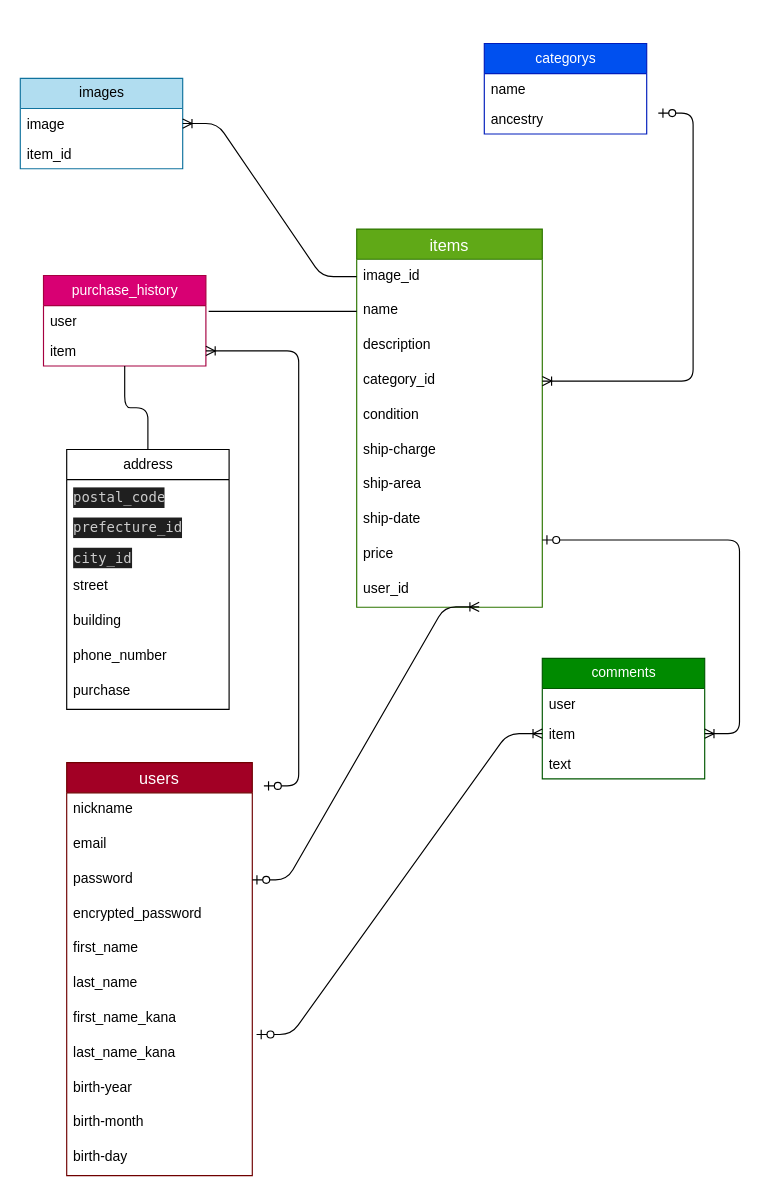
yosyua0016/furima-40345 keeps this draw.io diagram as test.dio. Above is the earlier version. Source tidied: cells renumbered, new cells numbered last; positions are measured from the earlier drawing's top-left corner, leaving out a move shared by most shapes. Both pictures are drawn from the tidied source at 116%, with x=0, y=0 at pixel (20, 43).
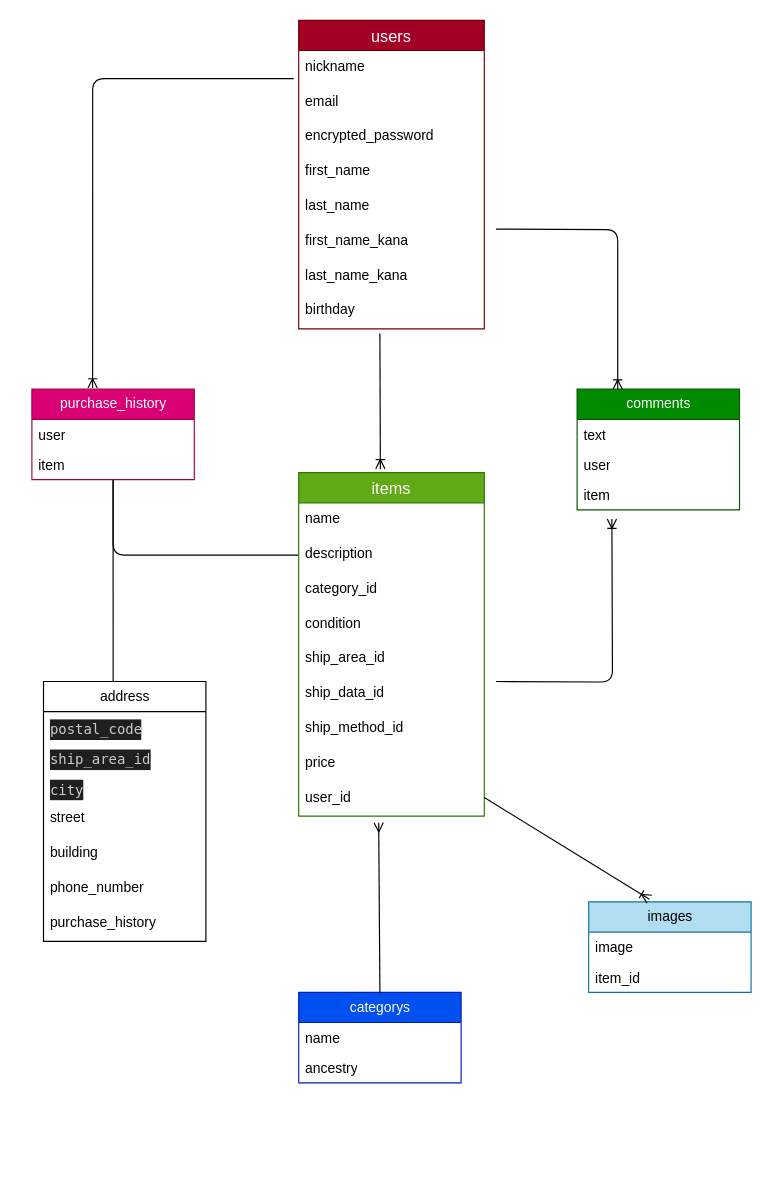
Above is the later version.

The change refers to these unchanged cells:
```xml
<mxCell id="3" value="image" style="text;strokeColor=none;fillColor=none;align=left;verticalAlign=top;spacingLeft=4;spacingRight=4;overflow=hidden;points=[[0,0.5],[1,0.5]];portConstraint=eastwest;whiteSpace=wrap;html=1;" parent="2" vertex="1">
  <mxGeometry y="26" width="140" height="26" as="geometry" />
</mxCell>
<mxCell id="14" value="user" style="text;strokeColor=none;fillColor=none;align=left;verticalAlign=top;spacingLeft=4;spacingRight=4;overflow=hidden;points=[[0,0.5],[1,0.5]];portConstraint=eastwest;whiteSpace=wrap;html=1;" parent="13" vertex="1">
  <mxGeometry y="26" width="140" height="26" as="geometry" />
</mxCell>
<mxCell id="15" value="item" style="text;strokeColor=none;fillColor=none;align=left;verticalAlign=top;spacingLeft=4;spacingRight=4;overflow=hidden;points=[[0,0.5],[1,0.5]];portConstraint=eastwest;whiteSpace=wrap;html=1;" parent="13" vertex="1">
  <mxGeometry y="52" width="140" height="26" as="geometry" />
</mxCell>
<mxCell id="29" value="email" style="text;strokeColor=none;fillColor=none;spacingLeft=4;spacingRight=4;overflow=hidden;points=[[0,0.5],[1,0.5]];portConstraint=eastwest;fontSize=12;" parent="27" vertex="1">
  <mxGeometry y="56" width="160" height="30" as="geometry" />
</mxCell>
```

Diff of the diagram source:
```diff
@@
     <mxCell id="2" value="images" style="swimlane;fontStyle=0;horizontal=1;startSize=26;fillColor=#b1ddf0;html=1;strokeColor=#10739e;" parent="1" vertex="1">
-      <mxGeometry y="30" width="140" height="78" as="geometry" />
+      <mxGeometry x="490" y="740" width="140" height="78" as="geometry" />
     </mxCell>
@@
     <mxCell id="5" value="categorys" style="swimlane;fontStyle=0;horizontal=1;startSize=26;fillColor=#0050ef;html=1;fontColor=#ffffff;strokeColor=#001DBC;" parent="1" vertex="1">
-      <mxGeometry x="400" width="140" height="78" as="geometry" />
+      <mxGeometry x="240" y="818" width="140" height="78" as="geometry" />
     </mxCell>
@@
     <mxCell id="9" value="comments" style="swimlane;fontStyle=0;horizontal=1;startSize=26;fillColor=#008a00;html=1;fontColor=#ffffff;strokeColor=#005700;" parent="1" vertex="1">
-      <mxGeometry x="450" y="530" width="140" height="104" as="geometry" />
+      <mxGeometry x="480" y="298" width="140" height="104" as="geometry" />
     </mxCell>
-    <mxCell id="10" value="user" style="text;strokeColor=none;fillColor=none;align=left;verticalAlign=top;spacingLeft=4;spacingRight=4;overflow=hidden;whiteSpace=wrap;html=1;" parent="9" vertex="1">
+    <mxCell id="10" value="text" style="text;strokeColor=none;fillColor=none;align=left;verticalAlign=top;spacingLeft=4;spacingRight=4;overflow=hidden;whiteSpace=wrap;html=1;" parent="9" vertex="1">
       <mxGeometry y="26" width="140" height="26" as="geometry" />
     </mxCell>
-    <mxCell id="11" value="item" style="text;strokeColor=none;fillColor=none;align=left;verticalAlign=top;spacingLeft=4;spacingRight=4;overflow=hidden;points=[[0,0.5],[1,0.5]];portConstraint=eastwest;whiteSpace=wrap;html=1;" parent="9" vertex="1">
+    <mxCell id="11" value="user" style="text;strokeColor=none;fillColor=none;align=left;verticalAlign=top;spacingLeft=4;spacingRight=4;overflow=hidden;points=[[0,0.5],[1,0.5]];portConstraint=eastwest;whiteSpace=wrap;html=1;" parent="9" vertex="1">
       <mxGeometry y="52" width="140" height="26" as="geometry" />
     </mxCell>
-    <mxCell id="12" value="text" style="text;strokeColor=none;fillColor=none;align=left;verticalAlign=top;spacingLeft=4;spacingRight=4;overflow=hidden;whiteSpace=wrap;html=1;" parent="9" vertex="1">
+    <mxCell id="12" value="item" style="text;strokeColor=none;fillColor=none;align=left;verticalAlign=top;spacingLeft=4;spacingRight=4;overflow=hidden;whiteSpace=wrap;html=1;" parent="9" vertex="1">
       <mxGeometry y="78" width="140" height="26" as="geometry" />
     </mxCell>
+    <mxCell id="55" style="edgeStyle=orthogonalEdgeStyle;html=1;entryX=0.429;entryY=0;entryDx=0;entryDy=0;entryPerimeter=0;endArrow=none;endFill=0;" parent="1" edge="1" source="13" target="46">
+      <mxGeometry relative="1" as="geometry" />
+    </mxCell>
+    <mxCell id="56" style="edgeStyle=orthogonalEdgeStyle;html=1;entryX=0;entryY=0.5;entryDx=0;entryDy=0;endArrow=none;endFill=0;" parent="1" edge="1" source="13" target="19">
+      <mxGeometry relative="1" as="geometry" />
+    </mxCell>
     <mxCell id="13" value="purchase_history" style="swimlane;fontStyle=0;horizontal=1;startSize=26;fillColor=#d80073;html=1;fontColor=#ffffff;strokeColor=#A50040;" parent="1" vertex="1">
-      <mxGeometry x="20" y="200" width="140" height="78" as="geometry" />
+      <mxGeometry x="10" y="298" width="140" height="78" as="geometry" />
     </mxCell>
@@
     <mxCell id="16" value="items" style="swimlane;fontStyle=0;horizontal=1;startSize=26;align=center;fontSize=14;fillColor=#60a917;fontColor=#ffffff;strokeColor=#2D7600;" parent="1" vertex="1">
-      <mxGeometry x="290" y="160" width="160" height="326" as="geometry" />
+      <mxGeometry x="240" y="370" width="160" height="296" as="geometry" />
     </mxCell>
-    <mxCell id="17" value="image_id" style="text;strokeColor=none;fillColor=none;spacingLeft=4;spacingRight=4;overflow=hidden;points=[[0,0.5],[1,0.5]];portConstraint=eastwest;fontSize=12;" parent="16" vertex="1">
-      <mxGeometry y="26" width="160" height="30" as="geometry" />
-    </mxCell>
     <mxCell id="18" value="name" style="text;strokeColor=none;fillColor=none;spacingLeft=4;spacingRight=4;overflow=hidden;points=[[0,0.5],[1,0.5]];portConstraint=eastwest;fontSize=12;" parent="16" vertex="1">
-      <mxGeometry y="56" width="160" height="30" as="geometry" />
+      <mxGeometry y="26" width="160" height="30" as="geometry" />
     </mxCell>
     <mxCell id="19" value="description" style="text;strokeColor=none;fillColor=none;spacingLeft=4;spacingRight=4;overflow=hidden;points=[[0,0.5],[1,0.5]];portConstraint=eastwest;fontSize=12;" parent="16" vertex="1">
-      <mxGeometry y="86" width="160" height="30" as="geometry" />
+      <mxGeometry y="56" width="160" height="30" as="geometry" />
     </mxCell>
     <mxCell id="20" value="category_id" style="text;strokeColor=none;fillColor=none;spacingLeft=4;spacingRight=4;overflow=hidden;points=[[0,0.5],[1,0.5]];portConstraint=eastwest;fontSize=12;" parent="16" vertex="1">
-      <mxGeometry y="116" width="160" height="30" as="geometry" />
+      <mxGeometry y="86" width="160" height="30" as="geometry" />
     </mxCell>
     <mxCell id="21" value="condition" style="text;strokeColor=none;fillColor=none;spacingLeft=4;spacingRight=4;overflow=hidden;fontSize=12;" parent="16" vertex="1">
-      <mxGeometry y="146" width="160" height="30" as="geometry" />
+      <mxGeometry y="116" width="160" height="30" as="geometry" />
     </mxCell>
-    <mxCell id="22" value="ship-charge" style="text;strokeColor=none;fillColor=none;spacingLeft=4;spacingRight=4;overflow=hidden;fontSize=12;" parent="16" vertex="1">
-      <mxGeometry y="176" width="160" height="30" as="geometry" />
+    <mxCell id="22" value="ship_area_id&#10;" style="text;strokeColor=none;fillColor=none;spacingLeft=4;spacingRight=4;overflow=hidden;fontSize=12;" parent="16" vertex="1">
+      <mxGeometry y="146" width="160" height="30" as="geometry" />
     </mxCell>
-    <mxCell id="23" value="ship-area" style="text;strokeColor=none;fillColor=none;spacingLeft=4;spacingRight=4;overflow=hidden;fontSize=12;" parent="16" vertex="1">
-      <mxGeometry y="206" width="160" height="30" as="geometry" />
+    <mxCell id="23" value="ship_data_id" style="text;strokeColor=none;fillColor=none;spacingLeft=4;spacingRight=4;overflow=hidden;fontSize=12;" parent="16" vertex="1">
+      <mxGeometry y="176" width="160" height="30" as="geometry" />
     </mxCell>
-    <mxCell id="24" value="ship-date" style="text;strokeColor=none;fillColor=none;spacingLeft=4;spacingRight=4;overflow=hidden;fontSize=12;" parent="16" vertex="1">
-      <mxGeometry y="236" width="160" height="30" as="geometry" />
+    <mxCell id="24" value="ship_method_id" style="text;strokeColor=none;fillColor=none;spacingLeft=4;spacingRight=4;overflow=hidden;fontSize=12;" parent="16" vertex="1">
+      <mxGeometry y="206" width="160" height="30" as="geometry" />
     </mxCell>
     <mxCell id="25" value="price" style="text;strokeColor=none;fillColor=none;spacingLeft=4;spacingRight=4;overflow=hidden;fontSize=12;" parent="16" vertex="1">
-      <mxGeometry y="266" width="160" height="30" as="geometry" />
+      <mxGeometry y="236" width="160" height="30" as="geometry" />
     </mxCell>
     <mxCell id="26" value="user_id" style="text;strokeColor=none;fillColor=none;spacingLeft=4;spacingRight=4;overflow=hidden;points=[[0,0.5],[1,0.5]];portConstraint=eastwest;fontSize=12;" parent="16" vertex="1">
-      <mxGeometry y="296" width="160" height="30" as="geometry" />
+      <mxGeometry y="266" width="160" height="30" as="geometry" />
     </mxCell>
     <mxCell id="27" value="users" style="swimlane;fontStyle=0;horizontal=1;startSize=26;align=center;fontSize=14;fillColor=#a20025;fontColor=#ffffff;strokeColor=#6F0000;" parent="1" vertex="1">
-      <mxGeometry x="40" y="620" width="160" height="356" as="geometry" />
+      <mxGeometry x="240" y="-20" width="160" height="266" as="geometry" />
     </mxCell>
@@
-    <mxCell id="30" value="password" style="text;strokeColor=none;fillColor=none;spacingLeft=4;spacingRight=4;overflow=hidden;points=[[0,0.5],[1,0.5]];portConstraint=eastwest;fontSize=12;" parent="27" vertex="1">
-      <mxGeometry y="86" width="160" height="30" as="geometry" />
-    </mxCell>
     <mxCell id="31" value="encrypted_password" style="text;strokeColor=none;fillColor=none;spacingLeft=4;spacingRight=4;overflow=hidden;fontSize=12;" parent="27" vertex="1">
-      <mxGeometry y="116" width="160" height="30" as="geometry" />
+      <mxGeometry y="86" width="160" height="30" as="geometry" />
     </mxCell>
     <mxCell id="32" value="first_name" style="text;strokeColor=none;fillColor=none;spacingLeft=4;spacingRight=4;overflow=hidden;fontSize=12;" parent="27" vertex="1">
-      <mxGeometry y="146" width="160" height="30" as="geometry" />
+      <mxGeometry y="116" width="160" height="30" as="geometry" />
     </mxCell>
     <mxCell id="33" value="last_name" style="text;strokeColor=none;fillColor=none;spacingLeft=4;spacingRight=4;overflow=hidden;fontSize=12;" parent="27" vertex="1">
-      <mxGeometry y="176" width="160" height="30" as="geometry" />
+      <mxGeometry y="146" width="160" height="30" as="geometry" />
     </mxCell>
     <mxCell id="34" value="first_name_kana" style="text;strokeColor=none;fillColor=none;spacingLeft=4;spacingRight=4;overflow=hidden;fontSize=12;" parent="27" vertex="1">
-      <mxGeometry y="206" width="160" height="30" as="geometry" />
+      <mxGeometry y="176" width="160" height="30" as="geometry" />
     </mxCell>
     <mxCell id="35" value="last_name_kana" style="text;strokeColor=none;fillColor=none;spacingLeft=4;spacingRight=4;overflow=hidden;points=[[0,0.5],[1,0.5]];portConstraint=eastwest;fontSize=12;" parent="27" vertex="1">
-      <mxGeometry y="236" width="160" height="30" as="geometry" />
+      <mxGeometry y="206" width="160" height="30" as="geometry" />
     </mxCell>
-    <mxCell id="36" value="birth-year" style="text;strokeColor=none;fillColor=none;spacingLeft=4;spacingRight=4;overflow=hidden;fontSize=12;" parent="27" vertex="1">
-      <mxGeometry y="266" width="160" height="30" as="geometry" />
-    </mxCell>
-    <mxCell id="37" value="birth-month" style="text;strokeColor=none;fillColor=none;spacingLeft=4;spacingRight=4;overflow=hidden;fontSize=12;" parent="27" vertex="1">
-      <mxGeometry y="296" width="160" height="30" as="geometry" />
-    </mxCell>
-    <mxCell id="38" value="birth-day" style="text;strokeColor=none;fillColor=none;spacingLeft=4;spacingRight=4;overflow=hidden;fontSize=12;" parent="27" vertex="1">
-      <mxGeometry y="326" width="160" height="30" as="geometry" />
+    <mxCell id="38" value="birthday" style="text;strokeColor=none;fillColor=none;spacingLeft=4;spacingRight=4;overflow=hidden;fontSize=12;" parent="27" vertex="1">
+      <mxGeometry y="236" width="160" height="30" as="geometry" />
     </mxCell>
-    <mxCell id="39" style="edgeStyle=entityRelationEdgeStyle;fontSize=12;html=1;endArrow=ERoneToMany;startArrow=ERzeroToOne;" parent="1" edge="1" target="20">
-      <mxGeometry relative="1" as="geometry">
-        <mxPoint x="550" y="60" as="sourcePoint" />
-      </mxGeometry>
-    </mxCell>
-    <mxCell id="40" style="edgeStyle=entityRelationEdgeStyle;fontSize=12;html=1;endArrow=ERoneToMany;" parent="1" edge="1" source="17" target="3">
-      <mxGeometry relative="1" as="geometry" />
-    </mxCell>
-    <mxCell id="41" style="edgeStyle=entityRelationEdgeStyle;fontSize=12;html=1;endArrow=ERoneToMany;startArrow=ERzeroToOne;entryX=1;entryY=0.5;entryDx=0;entryDy=0;" parent="1" edge="1" target="15">
-      <mxGeometry relative="1" as="geometry">
-        <mxPoint x="210" y="640" as="sourcePoint" />
-      </mxGeometry>
-    </mxCell>
-    <mxCell id="42" style="edgeStyle=entityRelationEdgeStyle;fontSize=12;html=1;endArrow=ERoneToMany;startArrow=ERzeroToOne;entryX=0.66;entryY=0.989;entryDx=0;entryDy=0;entryPerimeter=0;exitX=1;exitY=0.5;exitDx=0;exitDy=0;" parent="1" edge="1" source="30" target="26">
-      <mxGeometry relative="1" as="geometry" />
-    </mxCell>
-    <mxCell id="43" style="edgeStyle=entityRelationEdgeStyle;fontSize=12;html=1;endArrow=ERoneToMany;startArrow=ERzeroToOne;exitX=1.023;exitY=-0.056;exitDx=0;exitDy=0;exitPerimeter=0;entryX=0;entryY=0.5;entryDx=0;entryDy=0;" parent="1" edge="1" source="35" target="11">
-      <mxGeometry relative="1" as="geometry" />
-    </mxCell>
-    <mxCell id="44" style="edgeStyle=entityRelationEdgeStyle;fontSize=12;html=1;endArrow=ERoneToMany;startArrow=ERzeroToOne;" parent="1" edge="1" target="11">
-      <mxGeometry relative="1" as="geometry">
-        <mxPoint x="450" y="428" as="sourcePoint" />
-      </mxGeometry>
-    </mxCell>
-    <mxCell id="45" style="edgeStyle=orthogonalEdgeStyle;html=1;endArrow=none;endFill=0;" parent="1" edge="1" source="46" target="13">
-      <mxGeometry relative="1" as="geometry" />
-    </mxCell>
     <mxCell id="46" value="address" style="swimlane;fontStyle=0;horizontal=1;startSize=26;fillColor=none;html=1;" parent="1" vertex="1">
-      <mxGeometry x="40" y="350" width="140" height="224" as="geometry" />
+      <mxGeometry x="20" y="550" width="140" height="224" as="geometry" />
     </mxCell>
@@
-    <mxCell id="48" value="&lt;div style=&quot;color: rgb(204, 204, 204); background-color: rgb(31, 31, 31); font-family: Menlo, Monaco, &amp;quot;Courier New&amp;quot;, monospace; line-height: 18px;&quot;&gt;prefecture_id &lt;/div&gt;" style="text;strokeColor=none;fillColor=none;align=left;verticalAlign=top;spacingLeft=4;spacingRight=4;overflow=hidden;whiteSpace=wrap;html=1;" parent="46" vertex="1">
+    <mxCell id="48" value="&lt;div style=&quot;color: rgb(204, 204, 204); background-color: rgb(31, 31, 31); font-family: Menlo, Monaco, &amp;quot;Courier New&amp;quot;, monospace; line-height: 18px;&quot;&gt;ship_area_id&lt;/div&gt;" style="text;strokeColor=none;fillColor=none;align=left;verticalAlign=top;spacingLeft=4;spacingRight=4;overflow=hidden;whiteSpace=wrap;html=1;" parent="46" vertex="1">
       <mxGeometry y="52" width="140" height="26" as="geometry" />
     </mxCell>
-    <mxCell id="49" value="&lt;div style=&quot;color: rgb(204, 204, 204); background-color: rgb(31, 31, 31); font-family: Menlo, Monaco, &amp;quot;Courier New&amp;quot;, monospace; line-height: 18px;&quot;&gt;city_id &lt;/div&gt;" style="text;strokeColor=none;fillColor=none;align=left;verticalAlign=top;spacingLeft=4;spacingRight=4;overflow=hidden;whiteSpace=wrap;html=1;" parent="46" vertex="1">
+    <mxCell id="49" value="&lt;div style=&quot;color: rgb(204, 204, 204); background-color: rgb(31, 31, 31); font-family: Menlo, Monaco, &amp;quot;Courier New&amp;quot;, monospace; line-height: 18px;&quot;&gt;city&lt;/div&gt;" style="text;strokeColor=none;fillColor=none;align=left;verticalAlign=top;spacingLeft=4;spacingRight=4;overflow=hidden;whiteSpace=wrap;html=1;" parent="46" vertex="1">
       <mxGeometry y="78" width="140" height="26" as="geometry" />
     </mxCell>
@@
-    <mxCell id="53" value="purchase" style="text;strokeColor=none;fillColor=none;spacingLeft=4;spacingRight=4;overflow=hidden;fontSize=12;" parent="46" vertex="1">
+    <mxCell id="53" value="purchase_history" style="text;strokeColor=none;fillColor=none;spacingLeft=4;spacingRight=4;overflow=hidden;fontSize=12;" parent="46" vertex="1">
       <mxGeometry y="194" width="140" height="30" as="geometry" />
     </mxCell>
-    <mxCell id="54" style="edgeStyle=orthogonalEdgeStyle;html=1;entryX=1.017;entryY=0.192;entryDx=0;entryDy=0;entryPerimeter=0;endArrow=none;endFill=0;" parent="1" edge="1" source="18" target="14">
-      <mxGeometry relative="1" as="geometry" />
-    </mxCell>
+    <mxCell id="57" style="fontSize=12;html=1;endArrow=ERmany;exitX=0.5;exitY=0;exitDx=0;exitDy=0;entryX=0.431;entryY=1.189;entryDx=0;entryDy=0;entryPerimeter=0;" parent="1" edge="1" source="5" target="26">
+      <mxGeometry relative="1" as="geometry" />
+    </mxCell>
+    <mxCell id="58" style="edgeStyle=orthogonalEdgeStyle;fontSize=12;html=1;endArrow=ERoneToMany;" parent="1" edge="1">
+      <mxGeometry relative="1" as="geometry">
+        <mxPoint x="410" y="550" as="sourcePoint" />
+        <mxPoint x="510" y="410" as="targetPoint" />
+      </mxGeometry>
+    </mxCell>
+    <mxCell id="59" style="edgeStyle=orthogonalEdgeStyle;fontSize=12;html=1;endArrow=ERoneToMany;entryX=0.25;entryY=0;entryDx=0;entryDy=0;" parent="1" edge="1" target="9">
+      <mxGeometry relative="1" as="geometry">
+        <mxPoint x="410" y="160" as="sourcePoint" />
+      </mxGeometry>
+    </mxCell>
+    <mxCell id="60" style="edgeStyle=orthogonalEdgeStyle;fontSize=12;html=1;endArrow=ERoneToMany;exitX=-0.027;exitY=-0.189;exitDx=0;exitDy=0;exitPerimeter=0;entryX=0.374;entryY=-0.013;entryDx=0;entryDy=0;entryPerimeter=0;" parent="1" edge="1" source="29" target="13">
+      <mxGeometry relative="1" as="geometry" />
+    </mxCell>
+    <mxCell id="61" style="fontSize=12;html=1;endArrow=ERoneToMany;elbow=vertical;entryX=0.374;entryY=-0.03;entryDx=0;entryDy=0;entryPerimeter=0;" parent="1" edge="1" target="2">
+      <mxGeometry relative="1" as="geometry">
+        <mxPoint x="400" y="650" as="sourcePoint" />
+      </mxGeometry>
+    </mxCell>
+    <mxCell id="62" style="fontSize=12;html=1;endArrow=ERoneToMany;elbow=vertical;entryX=0.44;entryY=-0.011;entryDx=0;entryDy=0;entryPerimeter=0;" parent="1" edge="1" target="16">
+      <mxGeometry relative="1" as="geometry">
+        <mxPoint x="310" y="250" as="sourcePoint" />
+      </mxGeometry>
+    </mxCell>
```
